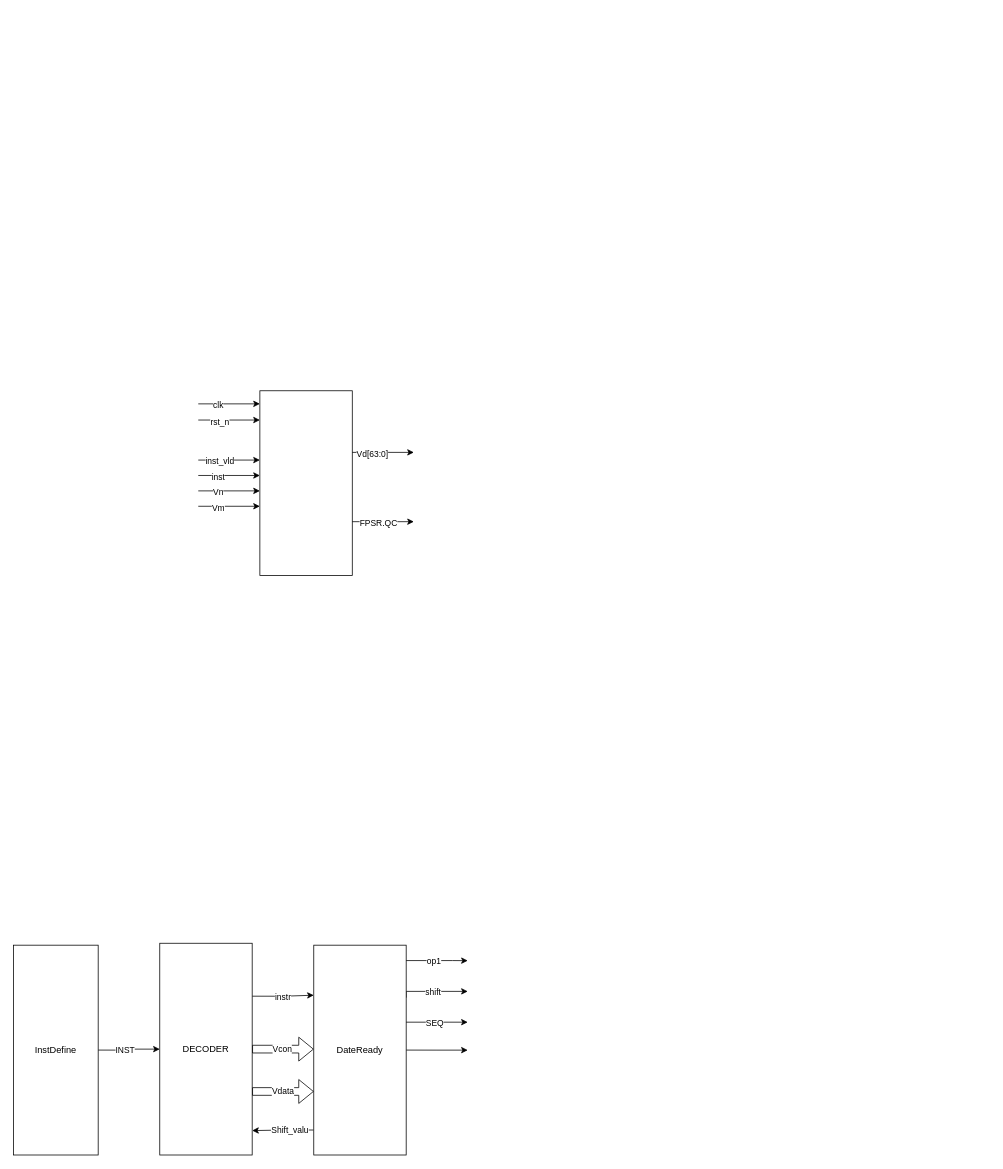
Earlier version of the draw.io diagram page "shift接口" (5 of 7) of 未命名绘图.drawio (xiaoqiangshijie/BRU). Source tidied: cells renumbered, new cells numbered last; positions are measured from the earlier drawing's top-left corner, leaving out a move shared by most shapes. Both pictures are drawn from the tidied source at 77%, with x=0, y=0 at pixel (13, 390).
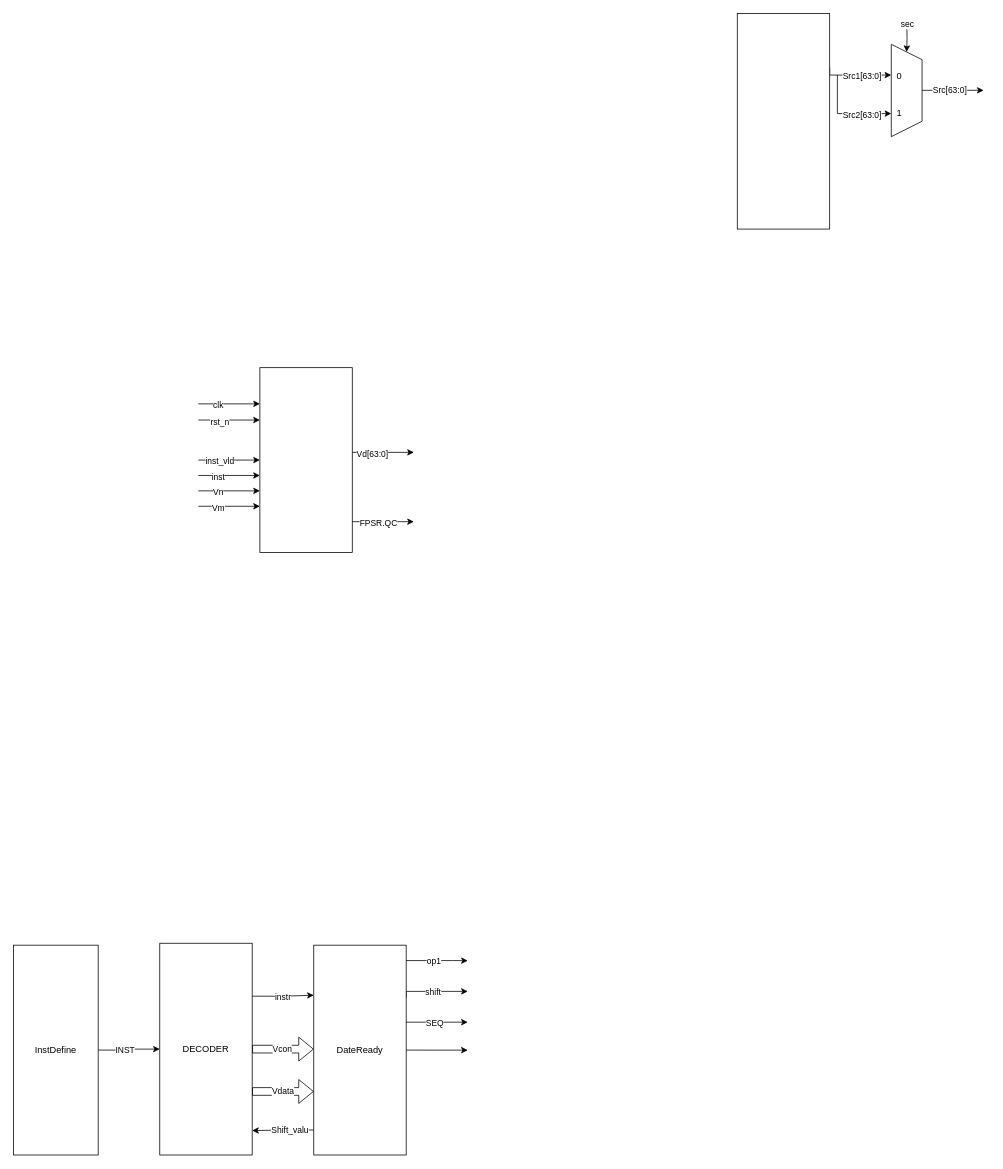
The same diagram, later.

Change to the diagram source:
```diff
@@
     <mxCell id="2" style="rounded=0;whiteSpace=wrap;html=1;" parent="1" vertex="1">
-      <mxGeometry x="320" width="120" height="240" as="geometry" />
+      <mxGeometry x="320" y="-30" width="120" height="240" as="geometry" />
     </mxCell>
@@
+    <mxCell id="38" style="edgeStyle=orthogonalEdgeStyle;rounded=0;jettySize=auto;html=1;exitX=1;exitY=0.25;exitDx=0;exitDy=0;" parent="1" edge="1" source="40">
+      <mxGeometry relative="1" as="geometry">
+        <mxPoint x="1140" y="-410" as="targetPoint" />
+        <Array as="points">
+          <mxPoint x="1060" y="-410" />
+          <mxPoint x="1140" y="-410" />
+        </Array>
+      </mxGeometry>
+    </mxCell>
+    <mxCell id="39" value="Src1[63:0]" style="edgeLabel;html=1;align=center;verticalAlign=middle;" parent="38" vertex="1">
+      <mxGeometry x="0.42" relative="1" as="geometry">
+        <mxPoint x="-13" as="offset" />
+      </mxGeometry>
+    </mxCell>
+    <mxCell id="40" style="rounded=0;whiteSpace=wrap;html=1;" parent="1" vertex="1">
+      <mxGeometry x="940" y="-490" width="120" height="280" as="geometry" />
+    </mxCell>
+    <mxCell id="41" style="edgeStyle=orthogonalEdgeStyle;rounded=0;jettySize=auto;html=1;exitX=0.75;exitY=1;exitDx=0;exitDy=0;entryX=0.75;entryY=1;entryDx=0;entryDy=0;" parent="1" edge="1" target="47">
+      <mxGeometry relative="1" as="geometry">
+        <mxPoint x="1070" y="-410" as="sourcePoint" />
+        <Array as="points">
+          <mxPoint x="1070" y="-360" />
+        </Array>
+      </mxGeometry>
+    </mxCell>
+    <mxCell id="42" value="Src2[63:0]" style="edgeLabel;html=1;align=center;verticalAlign=middle;" parent="41" vertex="1">
+      <mxGeometry x="0.52" y="-1" relative="1" as="geometry">
+        <mxPoint x="-10" as="offset" />
+      </mxGeometry>
+    </mxCell>
+    <mxCell id="43" style="edgeStyle=orthogonalEdgeStyle;rounded=0;jettySize=auto;html=1;exitX=0;exitY=0.5;exitDx=0;exitDy=0;entryX=0;entryY=0.5;entryDx=0;entryDy=0;" parent="1" edge="1" target="47">
+      <mxGeometry relative="1" as="geometry">
+        <mxPoint x="1160" y="-480" as="sourcePoint" />
+      </mxGeometry>
+    </mxCell>
+    <mxCell id="44" value="sec" style="edgeLabel;html=1;align=center;verticalAlign=middle;" parent="43" vertex="1">
+      <mxGeometry x="-0.82" relative="1" as="geometry" />
+    </mxCell>
+    <mxCell id="45" style="edgeStyle=orthogonalEdgeStyle;rounded=0;orthogonalLoop=1;jettySize=auto;html=1;exitX=0.5;exitY=0;exitDx=0;exitDy=0;" parent="1" edge="1">
+      <mxGeometry relative="1" as="geometry">
+        <mxPoint x="1180" y="-390.2" as="sourcePoint" />
+        <mxPoint x="1260" y="-390.2" as="targetPoint" />
+      </mxGeometry>
+    </mxCell>
+    <mxCell id="46" value="Src[63:0]" style="edgeLabel;html=1;align=center;verticalAlign=middle;" parent="45" vertex="1">
+      <mxGeometry x="-0.2" y="-1" relative="1" as="geometry">
+        <mxPoint x="3" y="-1" as="offset" />
+      </mxGeometry>
+    </mxCell>
+    <mxCell id="47" style="shape=trapezoid;perimeter=trapezoidPerimeter;whiteSpace=wrap;html=1;fixedSize=1;rotation=90;" parent="1" vertex="1">
+      <mxGeometry x="1100" y="-410" width="120" height="40" as="geometry" />
+    </mxCell>
+    <mxCell id="48" value="0" style="text;html=1;align=center;verticalAlign=middle;fillColor=none;strokeColor=none;rounded=0;" parent="1" vertex="1">
+      <mxGeometry x="1135" y="-424" width="30" height="30" as="geometry" />
+    </mxCell>
+    <mxCell id="49" value="1" style="text;html=1;align=center;verticalAlign=middle;fillColor=none;strokeColor=none;rounded=0;" parent="1" vertex="1">
+      <mxGeometry x="1135" y="-375" width="30" height="30" as="geometry" />
+    </mxCell>
```
